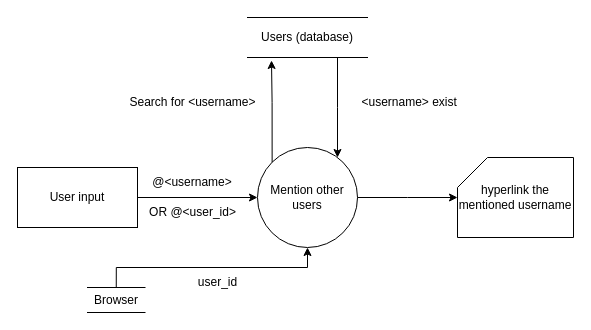
DonaldLamNL/buzzer keeps this draw.io diagram as DFD/Mention_other_user.drawio. Above is the earlier version. Source tidied: cells renumbered, new cells numbered last; positions are measured from the earlier drawing's top-left corner, leaving out a move shared by most shapes. Both pictures are drawn from the tidied source at 100%, with x=0, y=0 at pixel (17, 17).
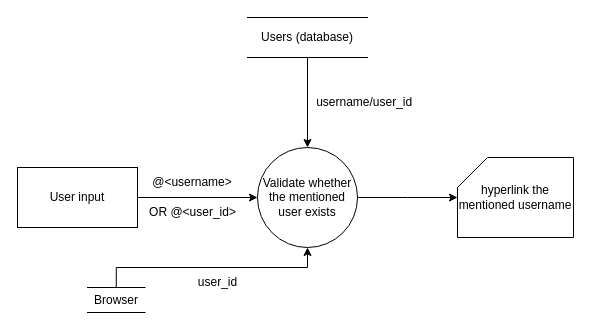
Above is the later version.

What changed in the source:
```diff
@@
 <mxGraphModel>
   <root>
     <mxCell id="0" />
     <mxCell id="1" parent="0" />
     <mxCell id="2" style="edgeStyle=orthogonalEdgeStyle;rounded=0;jettySize=auto;html=1;exitX=1;exitY=0.5;exitDx=0;exitDy=0;entryX=0;entryY=0.5;entryDx=0;entryDy=0;" parent="1" edge="1" source="3" target="6">
       <mxGeometry relative="1" as="geometry" />
     </mxCell>
     <mxCell id="3" value="User input" style="rounded=0;whiteSpace=wrap;html=1;" parent="1" vertex="1">
       <mxGeometry y="150" width="120" height="60" as="geometry" />
     </mxCell>
     <mxCell id="4" style="edgeStyle=orthogonalEdgeStyle;rounded=0;jettySize=auto;html=1;" parent="1" edge="1" source="6">
       <mxGeometry relative="1" as="geometry">
         <mxPoint x="440" y="180" as="targetPoint" />
       </mxGeometry>
     </mxCell>
-    <mxCell id="5" style="edgeStyle=orthogonalEdgeStyle;rounded=0;jettySize=auto;html=1;exitX=0;exitY=0;exitDx=0;exitDy=0;entryX=0.2;entryY=1.075;entryDx=0;entryDy=0;entryPerimeter=0;" parent="1" edge="1" source="6" target="11">
-      <mxGeometry relative="1" as="geometry" />
-    </mxCell>
-    <mxCell id="6" value="Mention other users" style="ellipse;whiteSpace=wrap;html=1;rounded=0;strokeColor=default;fontFamily=Helvetica;fontSize=12;fontColor=default;fillColor=none;" parent="1" vertex="1">
+    <mxCell id="6" value="Validate whether the mentioned user exists" style="ellipse;whiteSpace=wrap;html=1;rounded=0;strokeColor=default;fontFamily=Helvetica;fontSize=12;fontColor=default;fillColor=none;" parent="1" vertex="1">
       <mxGeometry x="240" y="130" width="100" height="100" as="geometry" />
     </mxCell>
     <mxCell id="7" value="hyperlink the mentioned username" style="shape=card;whiteSpace=wrap;html=1;" parent="1" vertex="1">
       <mxGeometry x="440" y="140" width="116" height="80" as="geometry" />
     </mxCell>
     <mxCell id="8" value="@&amp;lt;username&amp;gt;" style="text;strokeColor=none;align=center;fillColor=none;html=1;verticalAlign=middle;whiteSpace=wrap;rounded=0;" parent="1" vertex="1">
       <mxGeometry x="130" y="150" width="90" height="30" as="geometry" />
     </mxCell>
     <mxCell id="9" value="OR @&amp;lt;user_id&amp;gt;" style="text;html=1;align=center;verticalAlign=middle;strokeColor=none;fillColor=none;" parent="1" vertex="1">
       <mxGeometry x="120" y="180" width="110" height="30" as="geometry" />
     </mxCell>
-    <mxCell id="10" style="edgeStyle=orthogonalEdgeStyle;rounded=0;jettySize=auto;html=1;exitX=0.75;exitY=1;exitDx=0;exitDy=0;" parent="1" edge="1" source="11">
-      <mxGeometry relative="1" as="geometry">
-        <mxPoint x="320" y="140" as="targetPoint" />
-      </mxGeometry>
-    </mxCell>
+    <mxCell id="17" style="edgeStyle=orthogonalEdgeStyle;rounded=0;jettySize=auto;html=1;exitX=0.5;exitY=1;exitDx=0;exitDy=0;entryX=0.5;entryY=0;entryDx=0;entryDy=0;" parent="1" edge="1" source="11" target="6">
+      <mxGeometry relative="1" as="geometry" />
+    </mxCell>
     <mxCell id="11" value="Users (database)" style="shape=partialRectangle;whiteSpace=wrap;html=1;left=0;right=0;fillColor=none;rounded=0;strokeColor=default;fontFamily=Helvetica;fontSize=12;fontColor=default;" parent="1" vertex="1">
       <mxGeometry x="230" width="120" height="40" as="geometry" />
     </mxCell>
-    <mxCell id="12" value="Search for &amp;lt;username&amp;gt;" style="text;html=1;align=center;verticalAlign=middle;strokeColor=none;fillColor=none;" parent="1" vertex="1">
-      <mxGeometry x="100" y="70" width="150" height="30" as="geometry" />
-    </mxCell>
-    <mxCell id="13" value="&amp;nbsp;&amp;lt;username&amp;gt; exist" style="text;html=1;align=center;verticalAlign=middle;strokeColor=none;fillColor=none;" parent="1" vertex="1">
-      <mxGeometry x="330" y="70" width="120" height="30" as="geometry" />
-    </mxCell>
     <mxCell id="14" style="edgeStyle=orthogonalEdgeStyle;rounded=0;jettySize=auto;html=1;exitX=0.5;exitY=0;exitDx=0;exitDy=0;entryX=0.5;entryY=1;entryDx=0;entryDy=0;" parent="1" edge="1" source="15" target="6">
       <mxGeometry relative="1" as="geometry" />
     </mxCell>
     <mxCell id="15" value="Browser" style="shape=partialRectangle;whiteSpace=wrap;html=1;left=0;right=0;fillColor=none;rounded=0;strokeColor=default;fontFamily=Helvetica;fontSize=12;fontColor=default;" parent="1" vertex="1">
       <mxGeometry x="70" y="270" width="57.5" height="25" as="geometry" />
     </mxCell>
     <mxCell id="16" value="user_id" style="text;html=1;align=center;verticalAlign=middle;strokeColor=none;fillColor=none;" parent="1" vertex="1">
       <mxGeometry x="170" y="250" width="60" height="30" as="geometry" />
     </mxCell>
+    <mxCell id="18" value="&lt;span style=&quot;white-space: pre;&quot;&gt;&#9;&lt;span style=&quot;white-space: pre;&quot;&gt;&#9;&lt;/span&gt;&lt;/span&gt;username/user_id" style="text;html=1;align=center;verticalAlign=middle;strokeColor=none;fillColor=none;" parent="1" vertex="1">
+      <mxGeometry x="235" y="70" width="170" height="30" as="geometry" />
+    </mxCell>
   </root>
 </mxGraphModel>
```
